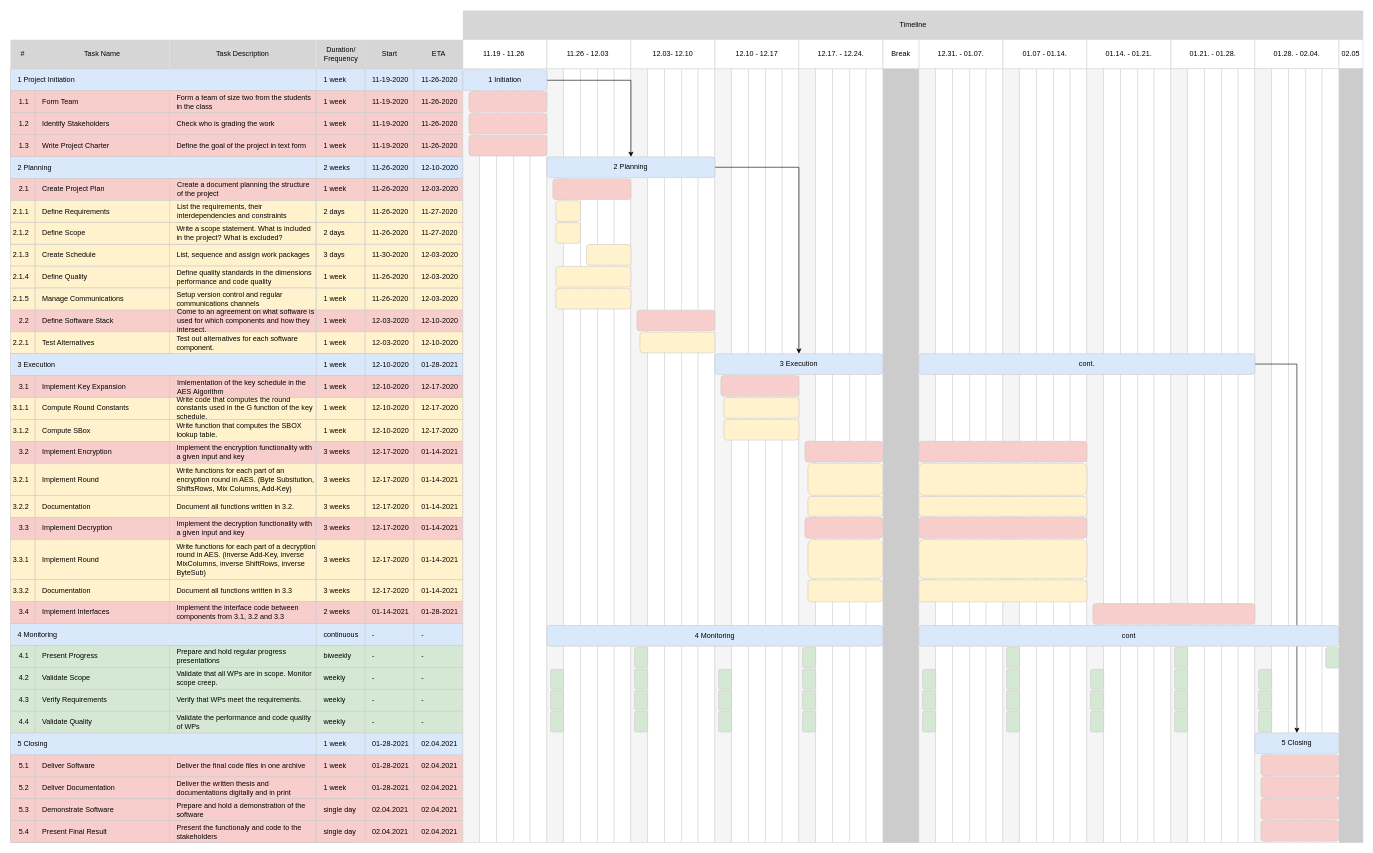
jp-berg/AES keeps this draw.io diagram as thesis/thesis/data/figures/gantt.drawio. Above is the earlier version. Source tidied: cells renumbered, new cells numbered last; positions are measured from the earlier drawing's top-left corner, leaving out a move shared by most shapes. Both pictures are drawn from the tidied source at 60%, with x=0, y=0 at pixel (10, 10).
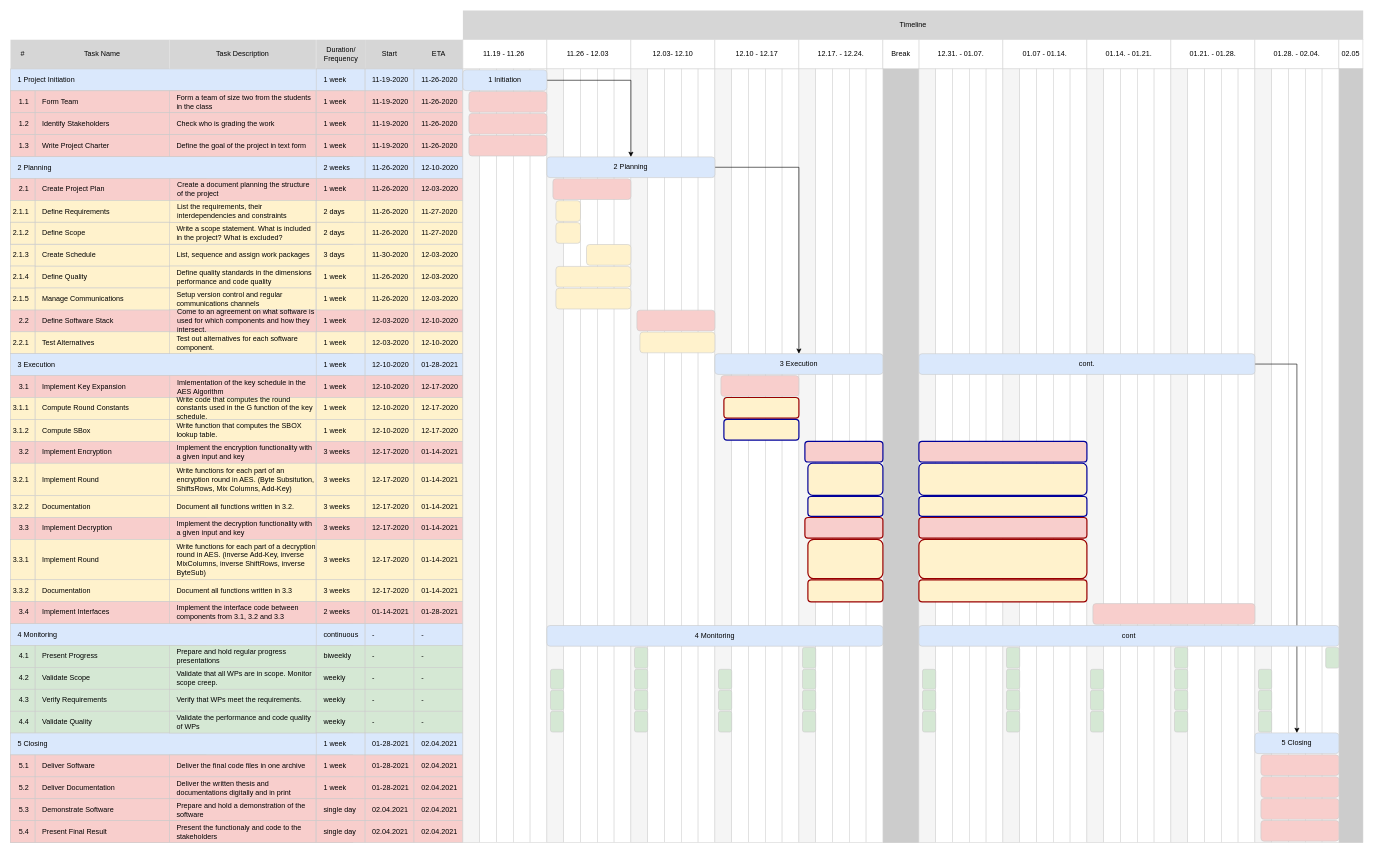
The same diagram, later.

Diff of the diagram source:
```diff
@@
-    <mxCell id="288" style="rounded=1;whiteSpace=wrap;html=1;fontFamily=CMU Serif Roman;fontSize=12;align=center;fillColor=#fff2cc;strokeColor=#CCCCCC;" parent="270" vertex="1">
+    <mxCell id="288" style="rounded=1;whiteSpace=wrap;html=1;fontFamily=CMU Serif Roman;fontSize=12;align=center;fillColor=#fff2cc;glass=0;sketch=0;strokeColor=#990000;strokeWidth=2;" parent="270" vertex="1">
       <mxGeometry x="1189" y="645" width="125" height="34.5" as="geometry" />
     </mxCell>
-    <mxCell id="289" style="rounded=1;whiteSpace=wrap;html=1;fontFamily=CMU Serif Roman;fontSize=12;align=center;fillColor=#fff2cc;strokeColor=#CCCCCC;" parent="270" vertex="1">
+    <mxCell id="289" style="rounded=1;whiteSpace=wrap;html=1;fontFamily=CMU Serif Roman;fontSize=12;align=center;fillColor=#fff2cc;strokeColor=#000099;strokeWidth=2;" parent="270" vertex="1">
       <mxGeometry x="1189" y="681.5" width="125" height="34.5" as="geometry" />
     </mxCell>
-    <mxCell id="290" style="rounded=1;whiteSpace=wrap;html=1;fontFamily=CMU Serif Roman;fontSize=12;align=center;fillColor=#f8cecc;strokeColor=#CCCCCC;" parent="270" vertex="1">
+    <mxCell id="290" style="rounded=1;whiteSpace=wrap;html=1;fontFamily=CMU Serif Roman;fontSize=12;align=center;fillColor=#f8cecc;strokeColor=#000099;strokeWidth=2;" parent="270" vertex="1">
       <mxGeometry x="1324" y="718" width="130" height="34.5" as="geometry" />
     </mxCell>
-    <mxCell id="291" style="rounded=1;whiteSpace=wrap;html=1;fontFamily=CMU Serif Roman;fontSize=12;align=center;fillColor=#fff2cc;strokeColor=#CCCCCC;strokeWidth=1;" parent="270" vertex="1">
+    <mxCell id="291" style="rounded=1;whiteSpace=wrap;html=1;fontFamily=CMU Serif Roman;fontSize=12;align=center;fillColor=#fff2cc;strokeWidth=2;strokeColor=#000099;" parent="270" vertex="1">
       <mxGeometry x="1329" y="754.5" width="125" height="53.5" as="geometry" />
     </mxCell>
-    <mxCell id="292" style="rounded=1;whiteSpace=wrap;html=1;fontFamily=CMU Serif Roman;fontSize=12;align=center;fillColor=#fff2cc;strokeColor=#CCCCCC;" parent="270" vertex="1">
+    <mxCell id="292" style="rounded=1;whiteSpace=wrap;html=1;fontFamily=CMU Serif Roman;fontSize=12;align=center;fillColor=#fff2cc;strokeColor=#000099;strokeWidth=2;" parent="270" vertex="1">
       <mxGeometry x="1329" y="810" width="125" height="33" as="geometry" />
     </mxCell>
-    <mxCell id="293" style="rounded=1;whiteSpace=wrap;html=1;fontFamily=CMU Serif Roman;fontSize=12;align=center;fillColor=#f8cecc;strokeColor=#CCCCCC;" parent="270" vertex="1">
+    <mxCell id="293" style="rounded=1;whiteSpace=wrap;html=1;fontFamily=CMU Serif Roman;fontSize=12;align=center;fillColor=#f8cecc;strokeColor=#990000;strokeWidth=2;" parent="270" vertex="1">
       <mxGeometry x="1324" y="845" width="130" height="34.5" as="geometry" />
     </mxCell>
-    <mxCell id="294" style="rounded=1;whiteSpace=wrap;html=1;fontFamily=CMU Serif Roman;fontSize=12;align=center;fillColor=#fff2cc;strokeColor=#CCCCCC;" parent="270" vertex="1">
+    <mxCell id="294" style="rounded=1;whiteSpace=wrap;html=1;fontFamily=CMU Serif Roman;fontSize=12;align=center;fillColor=#fff2cc;strokeColor=#990000;strokeWidth=2;" parent="270" vertex="1">
       <mxGeometry x="1329" y="881.5" width="125" height="65.5" as="geometry" />
     </mxCell>
-    <mxCell id="295" style="rounded=1;whiteSpace=wrap;html=1;fontFamily=CMU Serif Roman;fontSize=12;align=center;fillColor=#fff2cc;strokeColor=#CCCCCC;" parent="270" vertex="1">
+    <mxCell id="295" style="rounded=1;whiteSpace=wrap;html=1;fontFamily=CMU Serif Roman;fontSize=12;align=center;fillColor=#fff2cc;strokeColor=#990000;strokeWidth=2;" parent="270" vertex="1">
       <mxGeometry x="1329" y="949" width="125" height="36.5" as="geometry" />
     </mxCell>
-    <mxCell id="296" style="rounded=1;whiteSpace=wrap;html=1;fontFamily=CMU Serif Roman;fontSize=12;align=center;fillColor=#f8cecc;strokeColor=#CCCCCC;" parent="270" vertex="1">
+    <mxCell id="296" style="rounded=1;whiteSpace=wrap;html=1;fontFamily=CMU Serif Roman;fontSize=12;align=center;fillColor=#f8cecc;strokeColor=#000099;strokeWidth=2;" parent="270" vertex="1">
       <mxGeometry x="1514" y="718" width="280" height="34.5" as="geometry" />
     </mxCell>
-    <mxCell id="297" style="rounded=1;whiteSpace=wrap;html=1;fontFamily=CMU Serif Roman;fontSize=12;align=center;fillColor=#fff2cc;strokeColor=#CCCCCC;" parent="270" vertex="1">
+    <mxCell id="297" style="rounded=1;whiteSpace=wrap;html=1;fontFamily=CMU Serif Roman;fontSize=12;align=center;fillColor=#fff2cc;strokeColor=#000099;strokeWidth=2;" parent="270" vertex="1">
       <mxGeometry x="1514" y="754.5" width="280" height="53.5" as="geometry" />
     </mxCell>
-    <mxCell id="298" style="rounded=1;whiteSpace=wrap;html=1;fontFamily=CMU Serif Roman;fontSize=12;align=center;fillColor=#fff2cc;strokeColor=#CCCCCC;" parent="270" vertex="1">
+    <mxCell id="298" style="rounded=1;whiteSpace=wrap;html=1;fontFamily=CMU Serif Roman;fontSize=12;align=center;fillColor=#fff2cc;strokeColor=#000099;strokeWidth=2;" parent="270" vertex="1">
       <mxGeometry x="1514" y="810" width="280" height="33" as="geometry" />
     </mxCell>
-    <mxCell id="299" style="rounded=1;whiteSpace=wrap;html=1;fontFamily=CMU Serif Roman;fontSize=12;align=center;fillColor=#f8cecc;strokeColor=#CCCCCC;" parent="270" vertex="1">
+    <mxCell id="299" style="rounded=1;whiteSpace=wrap;html=1;fontFamily=CMU Serif Roman;fontSize=12;align=center;fillColor=#f8cecc;strokeColor=#990000;strokeWidth=2;" parent="270" vertex="1">
       <mxGeometry x="1514" y="845" width="280" height="34.5" as="geometry" />
     </mxCell>
-    <mxCell id="300" style="rounded=1;whiteSpace=wrap;html=1;fontFamily=CMU Serif Roman;fontSize=12;align=center;fillColor=#fff2cc;strokeColor=#CCCCCC;" parent="270" vertex="1">
+    <mxCell id="300" style="rounded=1;whiteSpace=wrap;html=1;fontFamily=CMU Serif Roman;fontSize=12;align=center;fillColor=#fff2cc;strokeColor=#990000;strokeWidth=2;" parent="270" vertex="1">
       <mxGeometry x="1514" y="881.5" width="280" height="65.5" as="geometry" />
     </mxCell>
-    <mxCell id="301" style="rounded=1;whiteSpace=wrap;html=1;fontFamily=CMU Serif Roman;fontSize=12;align=center;fillColor=#fff2cc;strokeColor=#CCCCCC;" parent="270" vertex="1">
+    <mxCell id="301" style="rounded=1;whiteSpace=wrap;html=1;fontFamily=CMU Serif Roman;fontSize=12;align=center;fillColor=#fff2cc;strokeColor=#990000;strokeWidth=2;" parent="270" vertex="1">
       <mxGeometry x="1514" y="949" width="280" height="36.5" as="geometry" />
     </mxCell>
```
